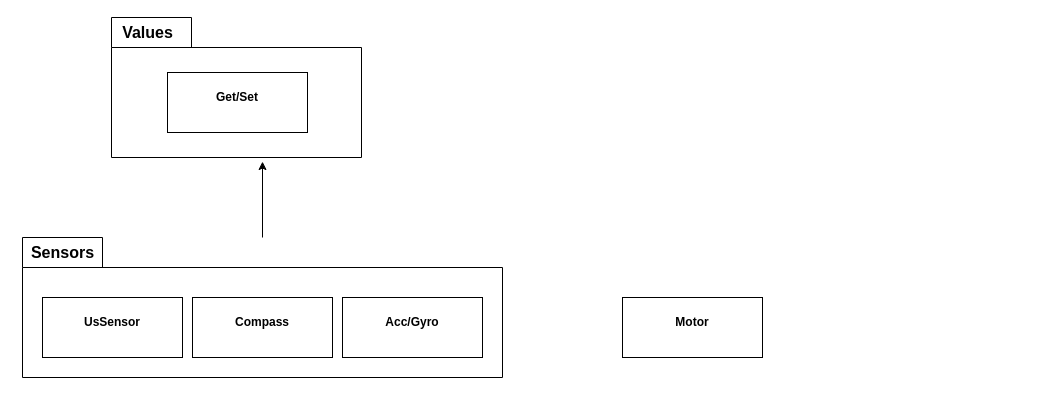
This is page "Structure" (2 of 4) of doc/atmt-architecture.drawio from teddycool/atmt, a draw.io file, before an edit. Source tidied: cells renumbered, new cells numbered last; positions are measured from the earlier drawing's top-left corner, leaving out a move shared by most shapes. Both pictures are drawn from the tidied source at 100%, with x=0, y=0 at pixel (17, 17).
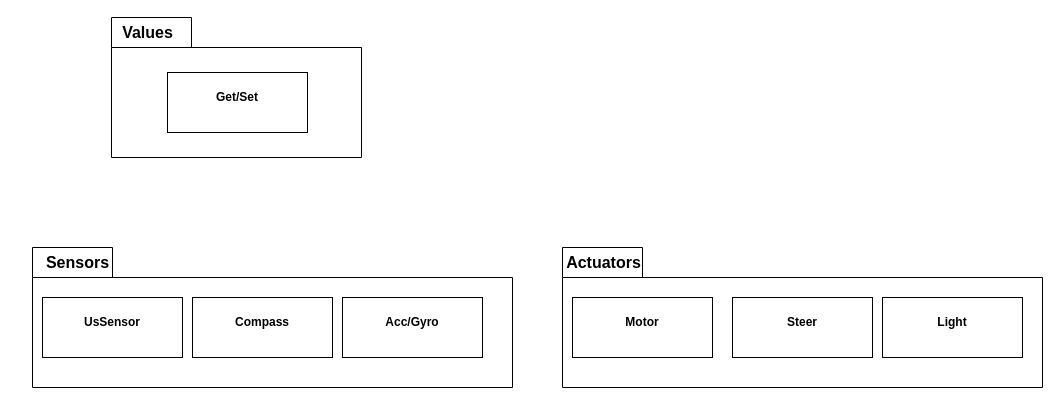
The same page after the edit.

What changed in the source:
```diff
@@
 <mxGraphModel>
   <root>
     <mxCell id="0" />
     <mxCell id="1" parent="0" />
     <mxCell id="2" style="shape=folder;fontStyle=1;tabWidth=80;tabHeight=30;tabPosition=left;html=1;boundedLbl=1;whiteSpace=wrap;" parent="1" vertex="1">
-      <mxGeometry x="5" y="220" width="480" height="140" as="geometry" />
+      <mxGeometry x="545" y="230" width="480" height="140" as="geometry" />
     </mxCell>
+    <mxCell id="12" style="shape=folder;fontStyle=1;tabWidth=80;tabHeight=30;tabPosition=left;html=1;boundedLbl=1;whiteSpace=wrap;" parent="1" vertex="1">
+      <mxGeometry x="15" y="230" width="480" height="140" as="geometry" />
+    </mxCell>
     <mxCell id="3" value="&lt;p style=&quot;margin:0px;margin-top:4px;text-align:center;&quot;&gt;&lt;br&gt;&lt;b&gt;Acc/Gyro&lt;/b&gt;&lt;/p&gt;" style="verticalAlign=top;align=left;overflow=fill;html=1;whiteSpace=wrap;" parent="1" vertex="1">
       <mxGeometry x="325" y="280" width="140" height="60" as="geometry" />
     </mxCell>
     <mxCell id="4" value="&lt;p style=&quot;margin:0px;margin-top:4px;text-align:center;&quot;&gt;&lt;br&gt;&lt;b&gt;UsSensor&lt;/b&gt;&lt;/p&gt;" style="verticalAlign=top;align=left;overflow=fill;html=1;whiteSpace=wrap;" parent="1" vertex="1">
       <mxGeometry x="25" y="280" width="140" height="60" as="geometry" />
     </mxCell>
     <mxCell id="5" value="&lt;p style=&quot;margin:0px;margin-top:4px;text-align:center;&quot;&gt;&lt;br&gt;&lt;b&gt;Motor&lt;/b&gt;&lt;/p&gt;" style="verticalAlign=top;align=left;overflow=fill;html=1;whiteSpace=wrap;" parent="1" vertex="1">
-      <mxGeometry x="605" y="280" width="140" height="60" as="geometry" />
+      <mxGeometry x="555" y="280" width="140" height="60" as="geometry" />
     </mxCell>
     <mxCell id="6" value="&lt;p style=&quot;margin:0px;margin-top:4px;text-align:center;&quot;&gt;&lt;br&gt;&lt;b&gt;Compass&lt;/b&gt;&lt;/p&gt;" style="verticalAlign=top;align=left;overflow=fill;html=1;whiteSpace=wrap;" parent="1" vertex="1">
       <mxGeometry x="175" y="280" width="140" height="60" as="geometry" />
     </mxCell>
     <mxCell id="7" value="&lt;b&gt;&lt;font style=&quot;font-size: 16px;&quot;&gt;Sensors&lt;/font&gt;&lt;/b&gt;" style="text;html=1;align=center;verticalAlign=middle;strokeColor=none;fillColor=none;" parent="1" vertex="1">
-      <mxGeometry y="220" width="90" height="30" as="geometry" />
+      <mxGeometry x="15" y="230" width="90" height="30" as="geometry" />
     </mxCell>
     <mxCell id="8" style="shape=folder;fontStyle=1;tabWidth=80;tabHeight=30;tabPosition=left;html=1;boundedLbl=1;whiteSpace=wrap;" parent="1" vertex="1">
       <mxGeometry x="94" width="250" height="140" as="geometry" />
     </mxCell>
     <mxCell id="9" value="&lt;b&gt;&lt;font style=&quot;font-size: 16px;&quot;&gt;Values&lt;/font&gt;&lt;/b&gt;" style="text;html=1;align=center;verticalAlign=middle;strokeColor=none;fillColor=none;" parent="1" vertex="1">
       <mxGeometry x="95" width="70" height="30" as="geometry" />
     </mxCell>
     <mxCell id="10" value="&lt;p style=&quot;margin:0px;margin-top:4px;text-align:center;&quot;&gt;&lt;br&gt;&lt;b&gt;Get/Set&lt;/b&gt;&lt;/p&gt;" style="verticalAlign=top;align=left;overflow=fill;html=1;whiteSpace=wrap;" parent="1" vertex="1">
       <mxGeometry x="150" y="55" width="140" height="60" as="geometry" />
     </mxCell>
-    <mxCell id="11" style="edgeStyle=orthogonalEdgeStyle;rounded=0;jettySize=auto;html=1;entryX=0.604;entryY=1.029;entryDx=0;entryDy=0;entryPerimeter=0;" parent="1" edge="1" source="2" target="8">
-      <mxGeometry relative="1" as="geometry" />
-    </mxCell>
+    <mxCell id="13" value="&lt;p style=&quot;margin:0px;margin-top:4px;text-align:center;&quot;&gt;&lt;br&gt;&lt;b&gt;Steer&lt;/b&gt;&lt;/p&gt;" style="verticalAlign=top;align=left;overflow=fill;html=1;whiteSpace=wrap;" parent="1" vertex="1">
+      <mxGeometry x="715" y="280" width="140" height="60" as="geometry" />
+    </mxCell>
+    <mxCell id="14" value="&lt;p style=&quot;margin:0px;margin-top:4px;text-align:center;&quot;&gt;&lt;br&gt;&lt;b&gt;Light&lt;/b&gt;&lt;/p&gt;" style="verticalAlign=top;align=left;overflow=fill;html=1;whiteSpace=wrap;" parent="1" vertex="1">
+      <mxGeometry x="865" y="280" width="140" height="60" as="geometry" />
+    </mxCell>
+    <mxCell id="15" value="&lt;b&gt;&lt;font style=&quot;font-size: 16px;&quot;&gt;Actuators&lt;/font&gt;&lt;/b&gt;" style="text;html=1;align=center;verticalAlign=middle;strokeColor=none;fillColor=none;" parent="1" vertex="1">
+      <mxGeometry x="536" y="230" width="100" height="30" as="geometry" />
+    </mxCell>
   </root>
 </mxGraphModel>
```
